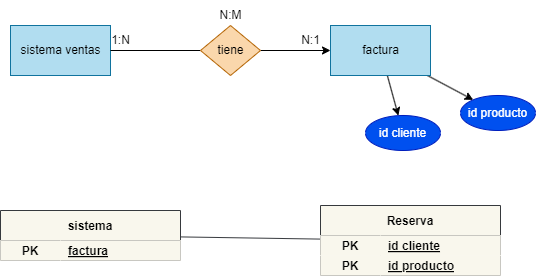
Before: BAE/Tareas/Unidad2/Images/Ejercicio23.drawio.png, a diagram exported from draw.io (ResetMeNow/DAW). Source tidied: cells renumbered, new cells last; positions are measured from the earlier drawing's top-left corner, leaving out a move shared by most shapes.
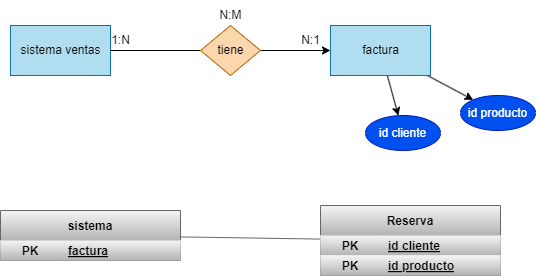
Above is the later version.

Change to the diagram source:
```diff
@@ -2,28 +2,28 @@
   <root>
     <mxCell id="0" />
     <mxCell id="1" parent="0" />
-    <mxCell id="2" style="edgeStyle=none;html=1;endArrow=none;endFill=0;fillColor=#f9f7ed;strokeColor=#36393d;" parent="1" edge="1" source="3" target="20">
+    <mxCell id="2" style="edgeStyle=none;html=1;endArrow=none;endFill=0;fillColor=#f5f5f5;strokeColor=#666666;gradientColor=#b3b3b3;" parent="1" edge="1" source="3" target="20">
       <mxGeometry relative="1" as="geometry" />
     </mxCell>
-    <mxCell id="3" value="Reserva" style="shape=table;startSize=30;rowLines=0;fontStyle=1;align=center;fillColor=#f9f7ed;strokeColor=#36393d;" parent="1" vertex="1">
+    <mxCell id="3" value="Reserva" style="shape=table;startSize=30;rowLines=0;fontStyle=1;align=center;fillColor=#f5f5f5;strokeColor=#666666;gradientColor=#b3b3b3;" parent="1" vertex="1">
       <mxGeometry x="320" y="205" width="180" height="70" as="geometry" />
     </mxCell>
-    <mxCell id="4" style="shape=tableRow;horizontal=0;startSize=0;swimlaneHead=0;swimlaneBody=0;fillColor=#f9f7ed;top=0;left=0;right=0;bottom=0;strokeColor=#36393d;" parent="3" vertex="1">
+    <mxCell id="4" style="shape=tableRow;horizontal=0;startSize=0;swimlaneHead=0;swimlaneBody=0;fillColor=#f5f5f5;top=0;left=0;right=0;bottom=0;strokeColor=#666666;gradientColor=#b3b3b3;" parent="3" vertex="1">
       <mxGeometry y="30" width="180" height="20" as="geometry" />
     </mxCell>
-    <mxCell id="5" value="PK" style="shape=partialRectangle;fillColor=#f9f7ed;top=0;left=0;bottom=0;right=0;fontStyle=1;overflow=hidden;strokeColor=#36393d;" parent="4" vertex="1">
+    <mxCell id="5" value="PK" style="shape=partialRectangle;fillColor=#f5f5f5;top=0;left=0;bottom=0;right=0;fontStyle=1;overflow=hidden;strokeColor=#666666;gradientColor=#b3b3b3;" parent="4" vertex="1">
       <mxGeometry width="60" height="20" as="geometry" />
     </mxCell>
-    <mxCell id="6" value="id cliente" style="shape=partialRectangle;fillColor=#f9f7ed;top=0;left=0;bottom=0;right=0;align=left;spacingLeft=6;fontStyle=5;overflow=hidden;strokeColor=#36393d;" parent="4" vertex="1">
+    <mxCell id="6" value="id cliente" style="shape=partialRectangle;fillColor=#f5f5f5;top=0;left=0;bottom=0;right=0;align=left;spacingLeft=6;fontStyle=5;overflow=hidden;strokeColor=#666666;gradientColor=#b3b3b3;" parent="4" vertex="1">
       <mxGeometry x="60" width="120" height="20" as="geometry" />
     </mxCell>
-    <mxCell id="7" style="shape=tableRow;horizontal=0;startSize=0;swimlaneHead=0;swimlaneBody=0;fillColor=#f9f7ed;top=0;left=0;right=0;bottom=0;strokeColor=#36393d;" parent="3" vertex="1">
+    <mxCell id="7" style="shape=tableRow;horizontal=0;startSize=0;swimlaneHead=0;swimlaneBody=0;fillColor=#f5f5f5;top=0;left=0;right=0;bottom=0;strokeColor=#666666;gradientColor=#b3b3b3;" parent="3" vertex="1">
       <mxGeometry y="50" width="180" height="20" as="geometry" />
     </mxCell>
-    <mxCell id="8" value="PK" style="shape=partialRectangle;fillColor=#f9f7ed;top=0;left=0;bottom=0;right=0;fontStyle=1;overflow=hidden;strokeColor=#36393d;" parent="7" vertex="1">
+    <mxCell id="8" value="PK" style="shape=partialRectangle;fillColor=#f5f5f5;top=0;left=0;bottom=0;right=0;fontStyle=1;overflow=hidden;strokeColor=#666666;gradientColor=#b3b3b3;" parent="7" vertex="1">
       <mxGeometry width="60" height="20" as="geometry" />
     </mxCell>
-    <mxCell id="9" value="id producto" style="shape=partialRectangle;fillColor=#f9f7ed;top=0;left=0;bottom=0;right=0;align=left;spacingLeft=6;fontStyle=5;overflow=hidden;strokeColor=#36393d;" parent="7" vertex="1">
+    <mxCell id="9" value="id producto" style="shape=partialRectangle;fillColor=#f5f5f5;top=0;left=0;bottom=0;right=0;align=left;spacingLeft=6;fontStyle=5;overflow=hidden;strokeColor=#666666;gradientColor=#b3b3b3;" parent="7" vertex="1">
       <mxGeometry x="60" width="120" height="20" as="geometry" />
     </mxCell>
     <mxCell id="10" value="sistema ventas" style="html=1;dashed=0;whitespace=wrap;fillColor=#b1ddf0;strokeColor=#10739e;" parent="1" vertex="1">
@@ -56,16 +56,16 @@
     <mxCell id="19" value="N:M" style="text;html=1;align=center;verticalAlign=middle;strokeColor=none;fillColor=none;" parent="1" vertex="1">
       <mxGeometry x="205" width="50" height="30" as="geometry" />
     </mxCell>
-    <mxCell id="20" value="sistema" style="shape=table;startSize=30;rowLines=0;fontStyle=1;align=center;fillColor=#f9f7ed;strokeColor=#36393d;" parent="1" vertex="1">
+    <mxCell id="20" value="sistema" style="shape=table;startSize=30;rowLines=0;fontStyle=1;align=center;fillColor=#f5f5f5;strokeColor=#666666;gradientColor=#b3b3b3;" parent="1" vertex="1">
       <mxGeometry y="210" width="180" height="50" as="geometry" />
     </mxCell>
-    <mxCell id="21" style="shape=tableRow;horizontal=0;startSize=0;swimlaneHead=0;swimlaneBody=0;fillColor=#f9f7ed;top=0;left=0;right=0;bottom=0;strokeColor=#36393d;" parent="20" vertex="1">
+    <mxCell id="21" style="shape=tableRow;horizontal=0;startSize=0;swimlaneHead=0;swimlaneBody=0;fillColor=#f5f5f5;top=0;left=0;right=0;bottom=0;strokeColor=#666666;gradientColor=#b3b3b3;" parent="20" vertex="1">
       <mxGeometry y="30" width="180" height="20" as="geometry" />
     </mxCell>
-    <mxCell id="22" value="PK" style="shape=partialRectangle;fillColor=#f9f7ed;top=0;left=0;bottom=0;right=0;fontStyle=1;overflow=hidden;strokeColor=#36393d;" parent="21" vertex="1">
+    <mxCell id="22" value="PK" style="shape=partialRectangle;fillColor=#f5f5f5;top=0;left=0;bottom=0;right=0;fontStyle=1;overflow=hidden;strokeColor=#666666;gradientColor=#b3b3b3;" parent="21" vertex="1">
       <mxGeometry width="60" height="20" as="geometry" />
     </mxCell>
-    <mxCell id="23" value="factura" style="shape=partialRectangle;fillColor=#f9f7ed;top=0;left=0;bottom=0;right=0;align=left;spacingLeft=6;fontStyle=5;overflow=hidden;strokeColor=#36393d;" parent="21" vertex="1">
+    <mxCell id="23" value="factura" style="shape=partialRectangle;fillColor=#f5f5f5;top=0;left=0;bottom=0;right=0;align=left;spacingLeft=6;fontStyle=5;overflow=hidden;strokeColor=#666666;gradientColor=#b3b3b3;" parent="21" vertex="1">
       <mxGeometry x="60" width="120" height="20" as="geometry" />
     </mxCell>
     <mxCell id="24" value="id cliente" style="ellipse;whiteSpace=wrap;html=1;fillColor=#0050ef;strokeColor=#001DBC;dashed=0;fontColor=#ffffff;" parent="1" vertex="1">
```
